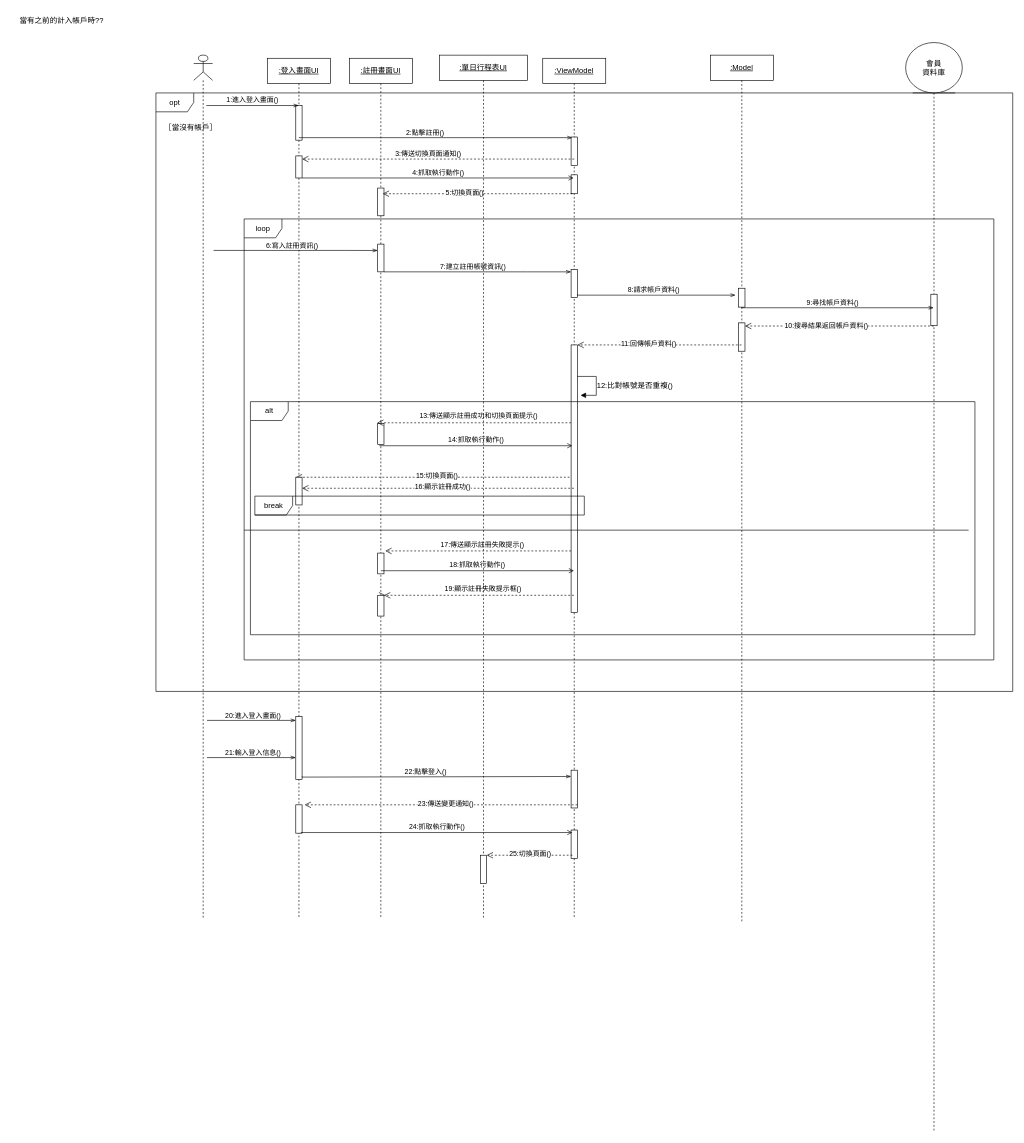
Earlier version of the draw.io diagram page "循序圖-管理會員" (5 of 7) of 系統設計圖/使用個案圖20250226.drawio (Kevincheng0804/Graduation-Topic). Source tidied: cells renumbered, new cells numbered last; positions are measured from the earlier drawing's top-left corner, leaving out a move shared by most shapes. Both pictures are drawn from the tidied source at 63%, with x=0, y=0 at pixel (11, 11).
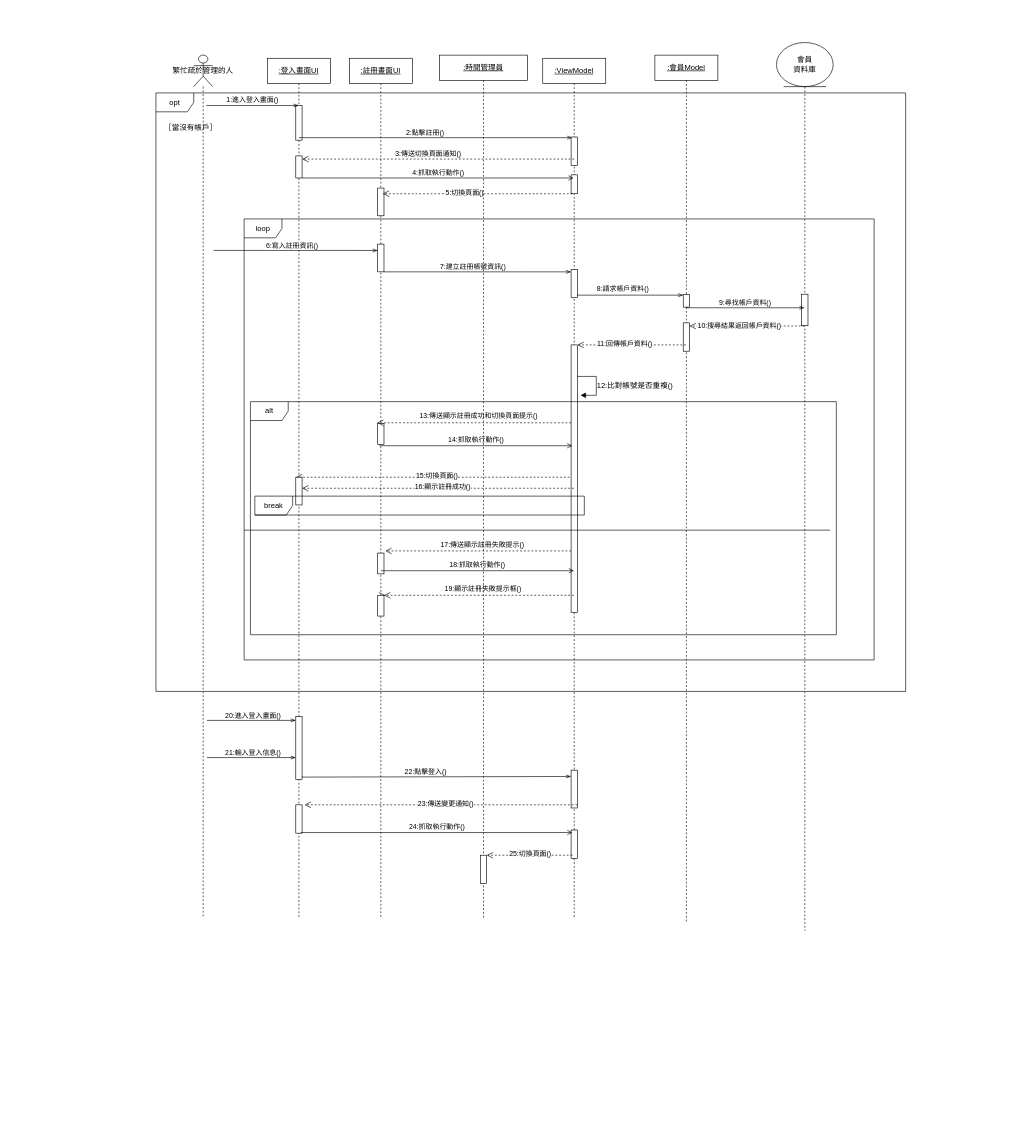
Above is the later version.

Diff of the diagram source:
```diff
@@
-    <mxCell id="2" style="shape=umlLifeline;perimeter=lifelinePerimeter;whiteSpace=wrap;html=1;newEdgeStyle={&quot;curved&quot;:0,&quot;rounded&quot;:0};participant=umlActor;" parent="1" vertex="1">
+    <mxCell id="2" value="&lt;span style=&quot;text-wrap-mode: nowrap;&quot;&gt;繁忙疏於管理的人&lt;/span&gt;" style="shape=umlLifeline;perimeter=lifelinePerimeter;whiteSpace=wrap;html=1;newEdgeStyle={&quot;curved&quot;:0,&quot;rounded&quot;:0};participant=umlActor;size=50;" parent="1" vertex="1">
       <mxGeometry x="290" y="70" width="30" height="1370" as="geometry" />
     </mxCell>
@@
     <mxCell id="9" value="opt" style="shape=umlFrame;whiteSpace=wrap;html=1;" parent="1" vertex="1">
-      <mxGeometry x="230" y="130" width="1360" height="950" as="geometry" />
+      <mxGeometry x="230" y="130" width="1190" height="950" as="geometry" />
     </mxCell>
@@
-    <mxCell id="21" value="當有之前的計入帳戶時??" style="text;html=1;align=center;verticalAlign=middle;strokeColor=none;fillColor=none;" parent="1" vertex="1">
-      <mxGeometry width="160" height="30" as="geometry" />
-    </mxCell>
@@
-    <mxCell id="29" value="會員&lt;div&gt;資料庫&lt;/div&gt;" style="shape=umlLifeline;perimeter=lifelinePerimeter;whiteSpace=wrap;html=1;outlineConnect=0;portConstraint=eastwest;newEdgeStyle={&quot;curved&quot;:0,&quot;rounded&quot;:0};participant=umlEntity;size=80;" parent="1" vertex="1">
-      <mxGeometry x="1420" y="50" width="90" height="1729.5" as="geometry" />
+    <mxCell id="29" value="會員&lt;div&gt;資料庫&lt;/div&gt;" style="shape=umlLifeline;perimeter=lifelinePerimeter;whiteSpace=wrap;html=1;outlineConnect=0;portConstraint=eastwest;newEdgeStyle={&quot;curved&quot;:0,&quot;rounded&quot;:0};participant=umlEntity;size=70;" parent="1" vertex="1">
+      <mxGeometry x="1215" y="50" width="90" height="1410" as="geometry" />
     </mxCell>
@@
     <mxCell id="31" value="alt" style="shape=umlFrame;whiteSpace=wrap;html=1;" parent="1" vertex="1">
-      <mxGeometry x="380" y="620" width="1150" height="370" as="geometry" />
+      <mxGeometry x="380" y="620" width="930" height="370" as="geometry" />
     </mxCell>
@@
     <mxCell id="35" style="line;strokeWidth=1;fillColor=none;align=left;verticalAlign=middle;spacingTop=-1;spacingLeft=3;spacingRight=3;labelPosition=right;strokeColor=inherit;" parent="1" vertex="1">
-      <mxGeometry x="370" y="820" width="1150" height="8" as="geometry" />
+      <mxGeometry x="370" y="820" width="930" height="8" as="geometry" />
     </mxCell>
@@
     <mxCell id="49" value="loop" style="shape=umlFrame;whiteSpace=wrap;html=1;" parent="1" vertex="1">
-      <mxGeometry x="370" y="330" width="1190" height="700" as="geometry" />
+      <mxGeometry x="370" y="330" width="1000" height="700" as="geometry" />
     </mxCell>
@@
-    <mxCell id="55" value="&lt;u&gt;:單日行程表UI&lt;/u&gt;" style="shape=umlLifeline;perimeter=lifelinePerimeter;whiteSpace=wrap;html=1;newEdgeStyle={&quot;curved&quot;:0,&quot;rounded&quot;:0};" parent="1" vertex="1">
+    <mxCell id="55" value="&lt;u&gt;:時間管理員&lt;/u&gt;" style="shape=umlLifeline;perimeter=lifelinePerimeter;whiteSpace=wrap;html=1;newEdgeStyle={&quot;curved&quot;:0,&quot;rounded&quot;:0};" parent="1" vertex="1">
       <mxGeometry x="680" y="70" width="140" height="1370" as="geometry" />
     </mxCell>
@@
-    <mxCell id="68" value="&lt;u&gt;:Model&lt;/u&gt;" style="shape=umlLifeline;perimeter=lifelinePerimeter;whiteSpace=wrap;html=1;outlineConnect=0;portConstraint=eastwest;newEdgeStyle={&quot;curved&quot;:0,&quot;rounded&quot;:0};" parent="1" vertex="1">
-      <mxGeometry x="1110" y="70" width="100" height="1375" as="geometry" />
+    <mxCell id="68" value="&lt;u&gt;:會員Model&lt;/u&gt;" style="shape=umlLifeline;perimeter=lifelinePerimeter;whiteSpace=wrap;html=1;outlineConnect=0;portConstraint=eastwest;newEdgeStyle={&quot;curved&quot;:0,&quot;rounded&quot;:0};" parent="1" vertex="1">
+      <mxGeometry x="1022" y="70" width="100" height="1375" as="geometry" />
     </mxCell>
     <mxCell id="69" style="html=1;points=[[0,0,0,0,5],[0,1,0,0,-5],[1,0,0,0,5],[1,1,0,0,-5]];perimeter=orthogonalPerimeter;outlineConnect=0;targetShapes=umlLifeline;portConstraint=eastwest;newEdgeStyle={&quot;curved&quot;:0,&quot;rounded&quot;:0};" parent="68" vertex="1">
-      <mxGeometry x="45" y="370" width="10" height="30" as="geometry" />
+      <mxGeometry x="45" y="380" width="10" height="20" as="geometry" />
     </mxCell>
@@
-    <mxCell id="77" style="edgeStyle=orthogonalEdgeStyle;rounded=0;orthogonalLoop=1;jettySize=auto;html=1;curved=0;endArrow=openThin;endFill=0;" parent="1" edge="1">
+    <mxCell id="77" style="edgeStyle=orthogonalEdgeStyle;rounded=0;jettySize=auto;html=1;curved=0;endArrow=openThin;endFill=0;" parent="1" edge="1" target="69">
       <mxGeometry relative="1" as="geometry">
         <mxPoint x="899" y="450" as="sourcePoint" />
-        <mxPoint x="1150" y="451" as="targetPoint" />
         <Array as="points">
           <mxPoint x="899" y="451" />
         </Array>
       </mxGeometry>
     </mxCell>
     <mxCell id="78" value="8:請求帳戶資料()" style="edgeLabel;html=1;align=center;verticalAlign=middle;" parent="77" vertex="1">
       <mxGeometry x="-0.13" y="2" relative="1" as="geometry">
-        <mxPoint x="11" y="-7" as="offset" />
+        <mxPoint x="-2" y="-9" as="offset" />
       </mxGeometry>
     </mxCell>
@@
     <mxCell id="83" style="edgeStyle=orthogonalEdgeStyle;rounded=0;jettySize=auto;html=1;curved=0;endArrow=openThin;endFill=0;" parent="1" edge="1" target="29">
       <mxGeometry relative="1" as="geometry">
-        <mxPoint x="1160" y="470" as="sourcePoint" />
+        <mxPoint x="1072" y="470" as="sourcePoint" />
         <Array as="points">
-          <mxPoint x="1160" y="471" />
+          <mxPoint x="1072" y="471" />
         </Array>
       </mxGeometry>
     </mxCell>
```
